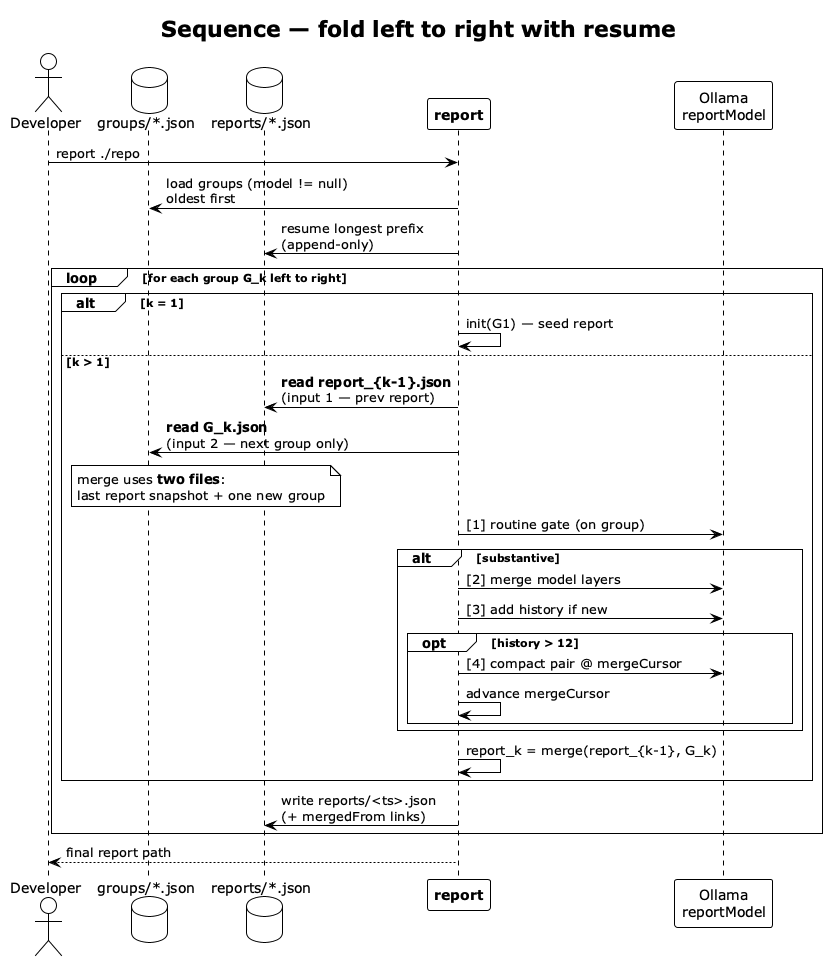
Above: img/report-sequence.png in vzakharchenko/dev-workgraph (PlantUML), before the change. The source it was exported from:
```plantuml
@startuml report-sequence
!theme plain
skinparam shadowing false

title Sequence — fold **left to right** with resume

actor "Developer" as DEV
database "groups/*.json" as GRP
database "reports/*.json" as RPT
participant "**report**" as REP
participant "Ollama\nreportModel" as LLM

DEV -> REP : report ./repo

REP -> GRP : load groups (model != null)\noldest first
REP -> RPT : resume longest prefix\n(append-only)

loop for each group G_k left to right
  alt k = 1
    REP -> REP : init(G1) — seed report
  else k > 1
    REP -> RPT : **read report_{k-1}.json**\n(input 1 — prev report)
    REP -> GRP : **read G_k.json**\n(input 2 — next group only)
    note over RPT, GRP
      merge uses **two files**:
      last report snapshot + one new group
    end note
    REP -> LLM : [1] routine gate (on group)
    alt substantive
      REP -> LLM : [2] merge model layers
      REP -> LLM : [3] add history if new
      opt history > 12
        REP -> LLM : [4] compact pair @ mergeCursor
        REP -> REP : advance mergeCursor
      end
    end
    REP -> REP : report_k = merge(report_{k-1}, G_k)
  end
  REP -> RPT : write reports/<ts>.json\n(+ mergedFrom links)
end

REP --> DEV : final report path

@enduml
```
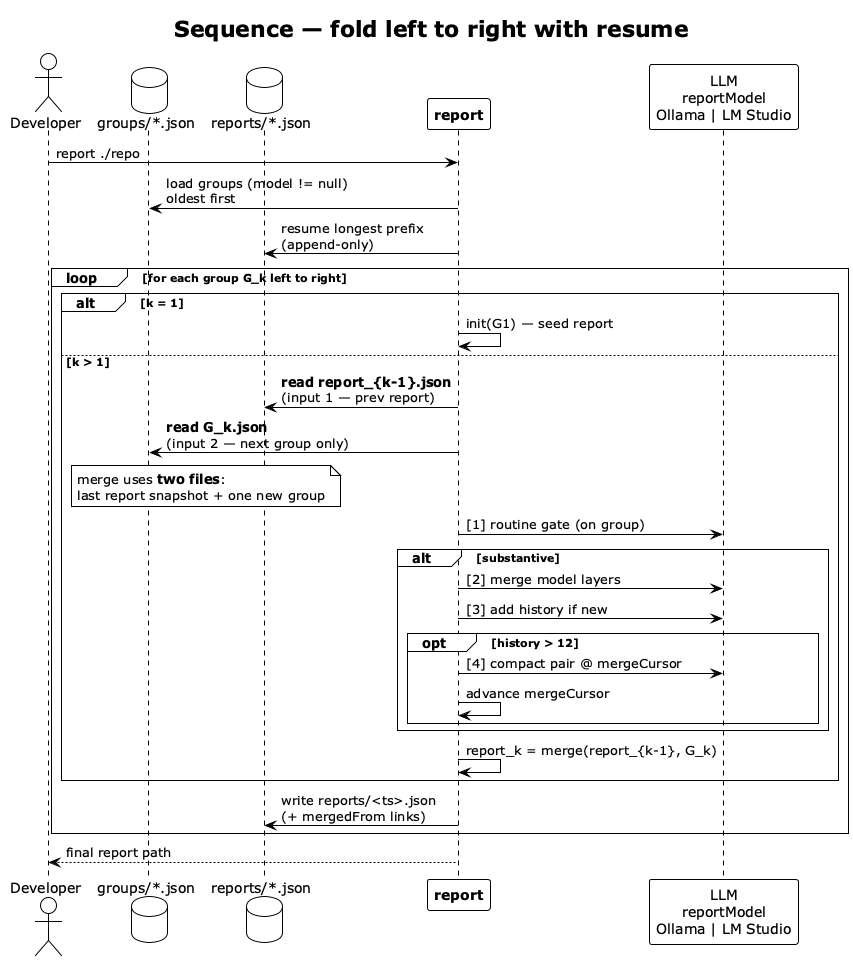
The same diagram one commit later.

Change to the diagram source:
```diff
@@ -8,7 +8,7 @@
 database "groups/*.json" as GRP
 database "reports/*.json" as RPT
 participant "**report**" as REP
-participant "Ollama\nreportModel" as LLM
+participant "LLM\nreportModel\nOllama | LM Studio" as LLM
 
 DEV -> REP : report ./repo
 
```
